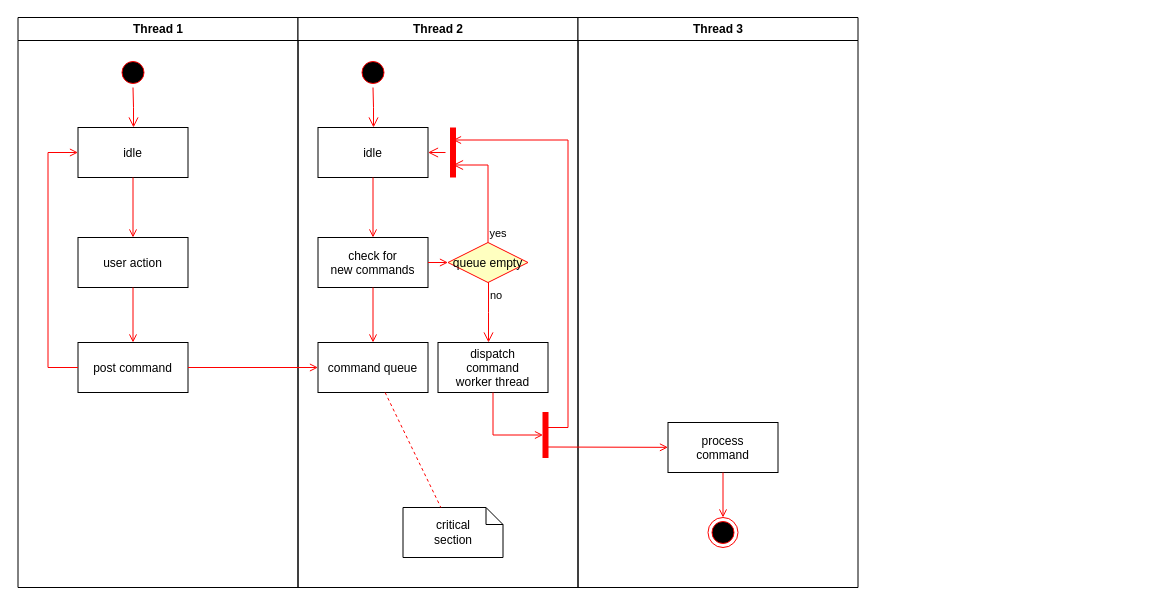
Above: Activity.drawio in qktrng300403/Hello (draw.io), before the change. Source tidied: cells renumbered, new cells numbered last; positions are measured from the earlier drawing's top-left corner, leaving out a move shared by most shapes. Both pictures are drawn from the tidied source at 100%, with x=0, y=0 at pixel (17, 17).
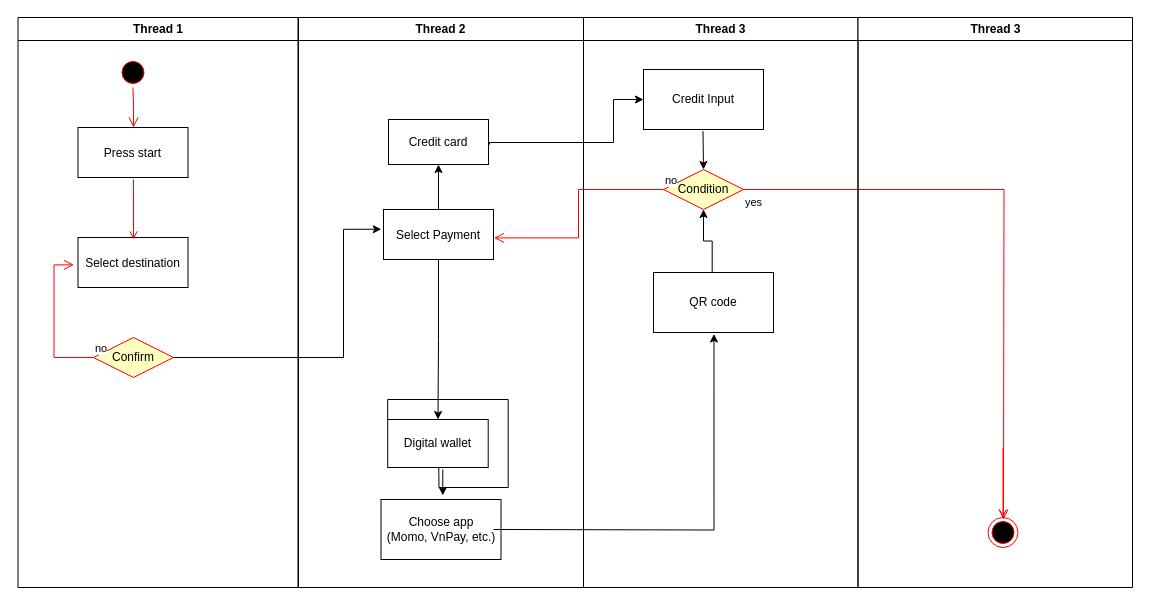
Above is the later version.

Commit message:
Cập nhật Activity.drawio

The change refers to these unchanged cells:
```xml
<mxCell id="2" value="Thread 1" style="swimlane;whiteSpace=wrap;" parent="1" vertex="1">
  <mxGeometry x="0.5" width="280" height="570" as="geometry" />
</mxCell>
```

Diff of the diagram source:
```diff
@@
-    <mxCell id="5" value="idle" parent="2" vertex="1">
+    <mxCell id="5" value="Press start" parent="2" vertex="1">
       <mxGeometry x="60" y="110" width="110" height="50" as="geometry" />
     </mxCell>
-    <mxCell id="6" value="user action" parent="2" vertex="1">
+    <mxCell id="6" value="Select destination" parent="2" vertex="1">
       <mxGeometry x="60" y="220" width="110" height="50" as="geometry" />
     </mxCell>
-    <mxCell id="7" style="endArrow=open;strokeColor=#FF0000;endFill=1;rounded=0;" parent="2" edge="1" source="5" target="6">
-      <mxGeometry relative="1" as="geometry" />
+    <mxCell id="7" style="endArrow=open;strokeColor=#FF0000;endFill=1;rounded=0;" parent="2" edge="1">
+      <mxGeometry relative="1" as="geometry">
+        <mxPoint x="115.5" y="162" as="sourcePoint" />
+        <mxPoint x="115.5" y="222" as="targetPoint" />
+      </mxGeometry>
     </mxCell>
-    <mxCell id="8" value="post command" parent="2" vertex="1">
-      <mxGeometry x="60" y="325" width="110" height="50" as="geometry" />
-    </mxCell>
-    <mxCell id="9" style="endArrow=open;strokeColor=#FF0000;endFill=1;rounded=0;" parent="2" edge="1" source="6" target="8">
-      <mxGeometry relative="1" as="geometry" />
-    </mxCell>
-    <mxCell id="10" style="edgeStyle=elbowEdgeStyle;elbow=horizontal;strokeColor=#FF0000;endArrow=open;endFill=1;rounded=0;" parent="2" edge="1" source="8" target="5">
-      <mxGeometry relative="1" as="geometry">
-        <Array as="points">
-          <mxPoint x="30" y="250" />
-        </Array>
-      </mxGeometry>
-    </mxCell>
+    <mxCell id="37" value="Confirm" style="rhombus;whiteSpace=wrap;html=1;fontColor=#000000;fillColor=#ffffc0;strokeColor=#ff0000;" parent="2" vertex="1">
+      <mxGeometry x="75.5" y="320" width="80" height="40" as="geometry" />
+    </mxCell>
+    <mxCell id="38" value="no" style="edgeStyle=orthogonalEdgeStyle;html=1;align=left;verticalAlign=bottom;endArrow=open;endSize=8;strokeColor=#ff0000;rounded=0;entryX=-0.036;entryY=0.547;entryDx=0;entryDy=0;entryPerimeter=0;exitX=0;exitY=0.5;exitDx=0;exitDy=0;" parent="2" edge="1" source="37" target="6">
+      <mxGeometry x="-1" relative="1" as="geometry">
+        <Array as="points">
+          <mxPoint x="36" y="340" />
+          <mxPoint x="36" y="247" />
+        </Array>
+      </mxGeometry>
+    </mxCell>
     <mxCell id="11" value="Thread 2" style="swimlane;whiteSpace=wrap;" parent="1" vertex="1">
-      <mxGeometry x="280.5" width="280" height="570" as="geometry" />
+      <mxGeometry x="281" width="285" height="570" as="geometry" />
     </mxCell>
-    <mxCell id="12" style="ellipse;shape=startState;fillColor=#000000;strokeColor=#ff0000;" parent="11" vertex="1">
-      <mxGeometry x="60" y="40" width="30" height="30" as="geometry" />
-    </mxCell>
-    <mxCell id="13" style="edgeStyle=elbowEdgeStyle;elbow=horizontal;verticalAlign=bottom;endArrow=open;endSize=8;strokeColor=#FF0000;endFill=1;rounded=0;" parent="11" edge="1" source="12" target="14">
-      <mxGeometry x="40" y="20" as="geometry" />
-    </mxCell>
-    <mxCell id="14" value="idle" parent="11" vertex="1">
-      <mxGeometry x="20" y="110" width="110" height="50" as="geometry" />
-    </mxCell>
-    <mxCell id="15" value="check for &#10;new commands" parent="11" vertex="1">
-      <mxGeometry x="20" y="220" width="110" height="50" as="geometry" />
-    </mxCell>
-    <mxCell id="16" style="endArrow=open;strokeColor=#FF0000;endFill=1;rounded=0;" parent="11" edge="1" source="14" target="15">
-      <mxGeometry relative="1" as="geometry" />
-    </mxCell>
+    <mxCell id="39" style="edgeStyle=orthogonalEdgeStyle;rounded=0;jettySize=auto;html=1;" parent="11" edge="1" source="17" target="41">
+      <mxGeometry relative="1" as="geometry" />
+    </mxCell>
+    <mxCell id="40" style="edgeStyle=orthogonalEdgeStyle;rounded=0;jettySize=auto;html=1;" parent="11" edge="1" source="17" target="43">
+      <mxGeometry relative="1" as="geometry" />
+    </mxCell>
-    <mxCell id="17" value="command queue" parent="11" vertex="1">
-      <mxGeometry x="20" y="325" width="110" height="50" as="geometry" />
+    <mxCell id="17" value="Select Payment" parent="11" vertex="1">
+      <mxGeometry x="85" y="192" width="110" height="50" as="geometry" />
     </mxCell>
-    <mxCell id="18" style="endArrow=open;strokeColor=#FF0000;endFill=1;rounded=0;" parent="11" edge="1" source="15" target="17">
-      <mxGeometry relative="1" as="geometry" />
-    </mxCell>
-    <mxCell id="19" value="queue empty" style="rhombus;fillColor=#ffffc0;strokeColor=#ff0000;" parent="11" vertex="1">
-      <mxGeometry x="150" y="225" width="80" height="40" as="geometry" />
-    </mxCell>
+    <mxCell id="41" value="Credit card" style="whiteSpace=wrap;html=1;fillColor=rgb(255, 255, 255);strokeColor=rgb(0, 0, 0);fontColor=rgb(0, 0, 0);" parent="11" vertex="1">
+      <mxGeometry x="90" y="102" width="100" height="45" as="geometry" />
+    </mxCell>
+    <mxCell id="42" style="edgeStyle=orthogonalEdgeStyle;rounded=0;jettySize=auto;html=1;exitX=0;exitY=0;exitDx=0;exitDy=0;" parent="11" edge="1" source="43">
+      <mxGeometry relative="1" as="geometry">
+        <mxPoint x="140" y="426" as="targetPoint" />
+      </mxGeometry>
+    </mxCell>
+    <mxCell id="43" value="Digital wallet" style="whiteSpace=wrap;html=1;fillColor=rgb(255, 255, 255);strokeColor=rgb(0, 0, 0);fontColor=rgb(0, 0, 0);" parent="11" vertex="1">
+      <mxGeometry x="89.2" y="402" width="100.5" height="48" as="geometry" />
+    </mxCell>
+    <mxCell id="44" value="Choose app&lt;br&gt;(Momo, VnPay, etc.)" style="whiteSpace=wrap;html=1;fillColor=rgb(255, 255, 255);strokeColor=rgb(0, 0, 0);fontColor=rgb(0, 0, 0);" parent="11" vertex="1">
+      <mxGeometry x="82.5" y="482" width="120" height="60" as="geometry" />
+    </mxCell>
+    <mxCell id="45" style="edgeStyle=orthogonalEdgeStyle;rounded=0;jettySize=auto;html=1;entryX=0.515;entryY=-0.068;entryDx=0;entryDy=0;entryPerimeter=0;exitX=0.548;exitY=1.042;exitDx=0;exitDy=0;exitPerimeter=0;" parent="11" edge="1" source="43" target="44">
+      <mxGeometry relative="1" as="geometry" />
+    </mxCell>
+    <mxCell id="30" value="Thread 3" style="swimlane;whiteSpace=wrap;" parent="1" vertex="1">
+      <mxGeometry x="566" width="274.5" height="570" as="geometry" />
+    </mxCell>
+    <mxCell id="46" style="edgeStyle=orthogonalEdgeStyle;rounded=0;jettySize=auto;html=1;entryX=0.5;entryY=0;entryDx=0;entryDy=0;exitX=0.496;exitY=1.028;exitDx=0;exitDy=0;exitPerimeter=0;" parent="30" edge="1" source="47" target="48">
+      <mxGeometry relative="1" as="geometry" />
+    </mxCell>
+    <mxCell id="47" value="Credit Input" style="whiteSpace=wrap;html=1;fillColor=rgb(255, 255, 255);strokeColor=rgb(0, 0, 0);fontColor=rgb(0, 0, 0);" parent="30" vertex="1">
+      <mxGeometry x="60" y="52" width="120" height="60" as="geometry" />
+    </mxCell>
+    <mxCell id="48" value="Condition" style="rhombus;whiteSpace=wrap;html=1;fontColor=#000000;fillColor=#ffffc0;strokeColor=#ff0000;" parent="30" vertex="1">
+      <mxGeometry x="80" y="152" width="80" height="40" as="geometry" />
+    </mxCell>
-    <mxCell id="20" value="yes" style="edgeStyle=elbowEdgeStyle;elbow=horizontal;align=left;verticalAlign=bottom;endArrow=open;endSize=8;strokeColor=#FF0000;exitX=0.5;exitY=0;endFill=1;rounded=0;entryX=0.75;entryY=0.5;entryPerimeter=0;" parent="11" edge="1" source="19" target="23">
+    <mxCell id="20" value="yes" style="edgeStyle=orthogonalEdgeStyle;html=1;align=left;verticalAlign=top;endArrow=open;endSize=8;strokeColor=#ff0000;rounded=0;" parent="30" edge="1" source="48">
       <mxGeometry x="-1" relative="1" as="geometry">
-        <Array as="points">
-          <mxPoint x="190" y="180" />
-        </Array>
+        <mxPoint x="420" y="502" as="targetPoint" />
       </mxGeometry>
     </mxCell>
-    <mxCell id="21" value="no" style="edgeStyle=elbowEdgeStyle;elbow=horizontal;align=left;verticalAlign=top;endArrow=open;endSize=8;strokeColor=#FF0000;endFill=1;rounded=0;" parent="11" edge="1" source="19" target="25">
-      <mxGeometry x="-1" relative="1" as="geometry" />
-    </mxCell>
-    <mxCell id="22" style="endArrow=open;strokeColor=#FF0000;endFill=1;rounded=0;" parent="11" edge="1" source="15" target="19">
-      <mxGeometry relative="1" as="geometry" />
-    </mxCell>
-    <mxCell id="23" style="shape=line;strokeWidth=6;strokeColor=#ff0000;rotation=90;" parent="11" vertex="1">
-      <mxGeometry x="130" y="127.5" width="50" height="15" as="geometry" />
-    </mxCell>
-    <mxCell id="24" style="edgeStyle=elbowEdgeStyle;elbow=horizontal;verticalAlign=bottom;endArrow=open;endSize=8;strokeColor=#FF0000;endFill=1;rounded=0;" parent="11" edge="1" source="23" target="14">
-      <mxGeometry x="130" y="90" as="geometry" />
-    </mxCell>
-    <mxCell id="25" value="dispatch&#10;command&#10;worker thread" parent="11" vertex="1">
-      <mxGeometry x="140" y="325" width="110" height="50" as="geometry" />
-    </mxCell>
-    <mxCell id="26" value="critical&#10;section" style="shape=note;whiteSpace=wrap;size=17;" parent="11" vertex="1">
-      <mxGeometry x="105" y="490" width="100" height="50" as="geometry" />
-    </mxCell>
-    <mxCell id="27" style="endArrow=none;strokeColor=#FF0000;endFill=0;rounded=0;dashed=1;" parent="11" edge="1" source="17" target="26">
-      <mxGeometry relative="1" as="geometry" />
-    </mxCell>
-    <mxCell id="28" style="whiteSpace=wrap;strokeColor=#FF0000;fillColor=#FF0000;" parent="11" vertex="1">
-      <mxGeometry x="245" y="395" width="5" height="45" as="geometry" />
-    </mxCell>
-    <mxCell id="29" style="edgeStyle=elbowEdgeStyle;elbow=horizontal;entryX=0;entryY=0.5;strokeColor=#FF0000;endArrow=open;endFill=1;rounded=0;" parent="11" edge="1" source="25" target="28">
-      <mxGeometry relative="1" as="geometry">
-        <Array as="points">
-          <mxPoint x="195" y="400" />
-        </Array>
-      </mxGeometry>
-    </mxCell>
-    <mxCell id="30" value="Thread 3" style="swimlane;whiteSpace=wrap;" parent="1" vertex="1">
-      <mxGeometry x="560.5" width="280" height="570" as="geometry" />
-    </mxCell>
-    <mxCell id="31" value="process&#10;command" parent="30" vertex="1">
-      <mxGeometry x="90" y="405" width="110" height="50" as="geometry" />
-    </mxCell>
-    <mxCell id="32" style="edgeStyle=elbowEdgeStyle;elbow=horizontal;strokeColor=#FF0000;endArrow=open;endFill=1;rounded=0;entryX=0.25;entryY=0.5;entryPerimeter=0;" parent="30" edge="1" target="23">
-      <mxGeometry relative="1" as="geometry">
-        <mxPoint x="-30" y="410" as="sourcePoint" />
-        <Array as="points">
-          <mxPoint x="-10" y="135" />
-        </Array>
-      </mxGeometry>
-    </mxCell>
-    <mxCell id="33" style="edgeStyle=none;strokeColor=#FF0000;endArrow=open;endFill=1;rounded=0;" parent="30" edge="1" target="31">
-      <mxGeometry relative="1" as="geometry">
-        <mxPoint x="-30" y="429.5" as="sourcePoint" />
-      </mxGeometry>
-    </mxCell>
+    <mxCell id="49" style="edgeStyle=orthogonalEdgeStyle;rounded=0;jettySize=auto;html=1;entryX=0.5;entryY=1;entryDx=0;entryDy=0;exitX=0.489;exitY=-0.008;exitDx=0;exitDy=0;exitPerimeter=0;" parent="30" edge="1" source="50" target="48">
+      <mxGeometry relative="1" as="geometry" />
+    </mxCell>
+    <mxCell id="50" value="QR code" style="whiteSpace=wrap;html=1;fillColor=rgb(255, 255, 255);strokeColor=rgb(0, 0, 0);fontColor=rgb(0, 0, 0);" parent="30" vertex="1">
+      <mxGeometry x="70" y="255" width="120" height="60" as="geometry" />
+    </mxCell>
+    <mxCell id="51" style="edgeStyle=orthogonalEdgeStyle;rounded=0;jettySize=auto;html=1;exitX=1;exitY=0.5;exitDx=0;exitDy=0;entryX=-0.02;entryY=0.395;entryDx=0;entryDy=0;entryPerimeter=0;" parent="1" edge="1" source="37" target="17">
+      <mxGeometry relative="1" as="geometry">
+        <Array as="points">
+          <mxPoint x="326" y="340" />
+          <mxPoint x="326" y="212" />
+        </Array>
+      </mxGeometry>
+    </mxCell>
+    <mxCell id="52" style="edgeStyle=orthogonalEdgeStyle;rounded=0;jettySize=auto;html=1;exitX=1.01;exitY=0.558;exitDx=0;exitDy=0;exitPerimeter=0;" parent="1" edge="1" source="41">
+      <mxGeometry relative="1" as="geometry">
+        <mxPoint x="626" y="82" as="targetPoint" />
+        <Array as="points">
+          <mxPoint x="472" y="125" />
+          <mxPoint x="596" y="125" />
+          <mxPoint x="596" y="82" />
+        </Array>
+      </mxGeometry>
+    </mxCell>
+    <mxCell id="53" value="no" style="edgeStyle=orthogonalEdgeStyle;html=1;align=left;verticalAlign=bottom;endArrow=open;endSize=8;strokeColor=#ff0000;rounded=0;entryX=1.004;entryY=0.568;entryDx=0;entryDy=0;entryPerimeter=0;" parent="1" edge="1" source="48" target="17">
+      <mxGeometry x="-1" relative="1" as="geometry" />
+    </mxCell>
+    <mxCell id="54" value="Thread 3" style="swimlane;whiteSpace=wrap;" parent="1" vertex="1">
+      <mxGeometry x="840.5" width="274.5" height="570" as="geometry" />
+    </mxCell>
-    <mxCell id="34" style="ellipse;shape=endState;fillColor=#000000;strokeColor=#ff0000;" parent="30" vertex="1">
+    <mxCell id="34" style="ellipse;shape=endState;fillColor=#000000;strokeColor=#ff0000;" parent="54" vertex="1">
       <mxGeometry x="130" y="500" width="30" height="30" as="geometry" />
     </mxCell>
-    <mxCell id="35" style="endArrow=open;strokeColor=#FF0000;endFill=1;rounded=0;" parent="30" edge="1" source="31" target="34">
-      <mxGeometry relative="1" as="geometry" />
-    </mxCell>
-    <mxCell id="36" style="endArrow=open;strokeColor=#FF0000;endFill=1;rounded=0;" parent="1" edge="1" source="8" target="17">
-      <mxGeometry relative="1" as="geometry" />
-    </mxCell>
+    <mxCell id="55" style="endArrow=open;strokeColor=#FF0000;endFill=1;rounded=0;" parent="54" edge="1" target="34">
+      <mxGeometry relative="1" as="geometry">
+        <mxPoint x="145" y="430" as="sourcePoint" />
+      </mxGeometry>
+    </mxCell>
+    <mxCell id="56" style="edgeStyle=orthogonalEdgeStyle;rounded=0;jettySize=auto;html=1;entryX=0.504;entryY=1.024;entryDx=0;entryDy=0;entryPerimeter=0;" parent="1" edge="1" target="50">
+      <mxGeometry relative="1" as="geometry">
+        <mxPoint x="476" y="512" as="sourcePoint" />
+      </mxGeometry>
+    </mxCell>
```
